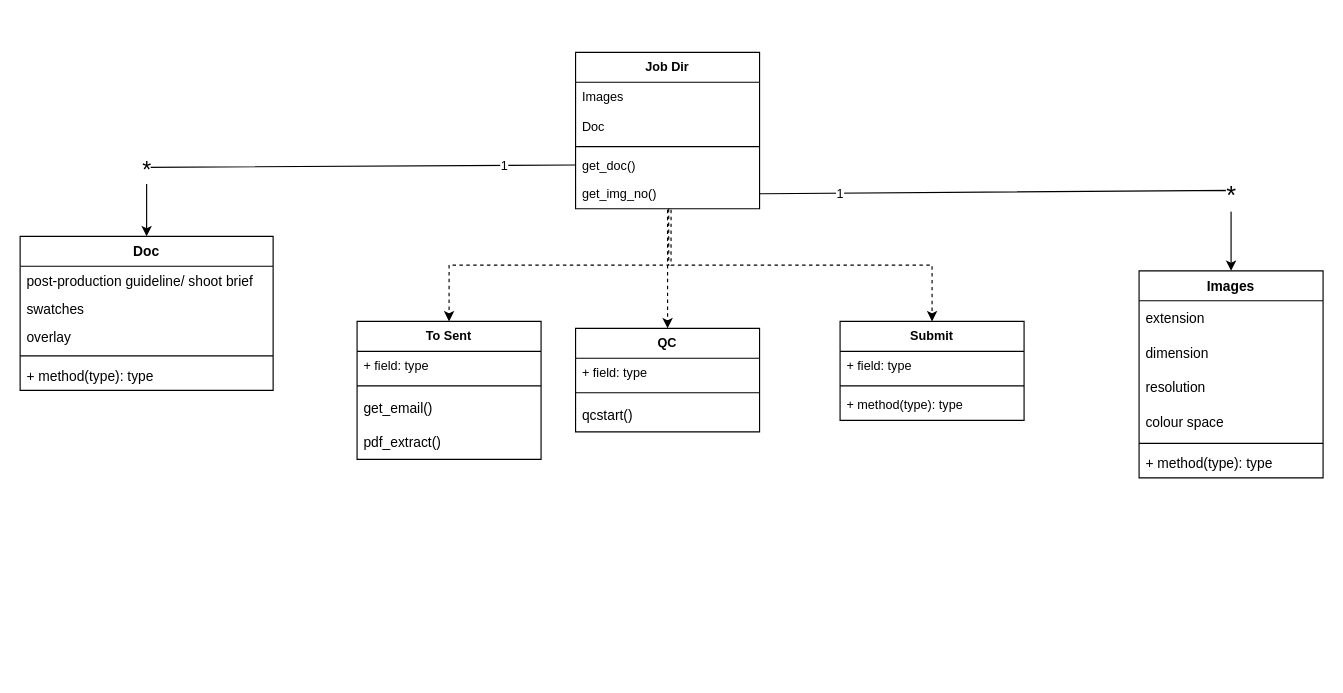
Above: python/IHS Class Diagram.drawio in pugtooone/IHS (draw.io), before the change. Source tidied: cells renumbered, new cells numbered last; positions are measured from the earlier drawing's top-left corner, leaving out a move shared by most shapes. Both pictures are drawn from the tidied source at 115%, with x=0, y=0 at pixel (20, 52).
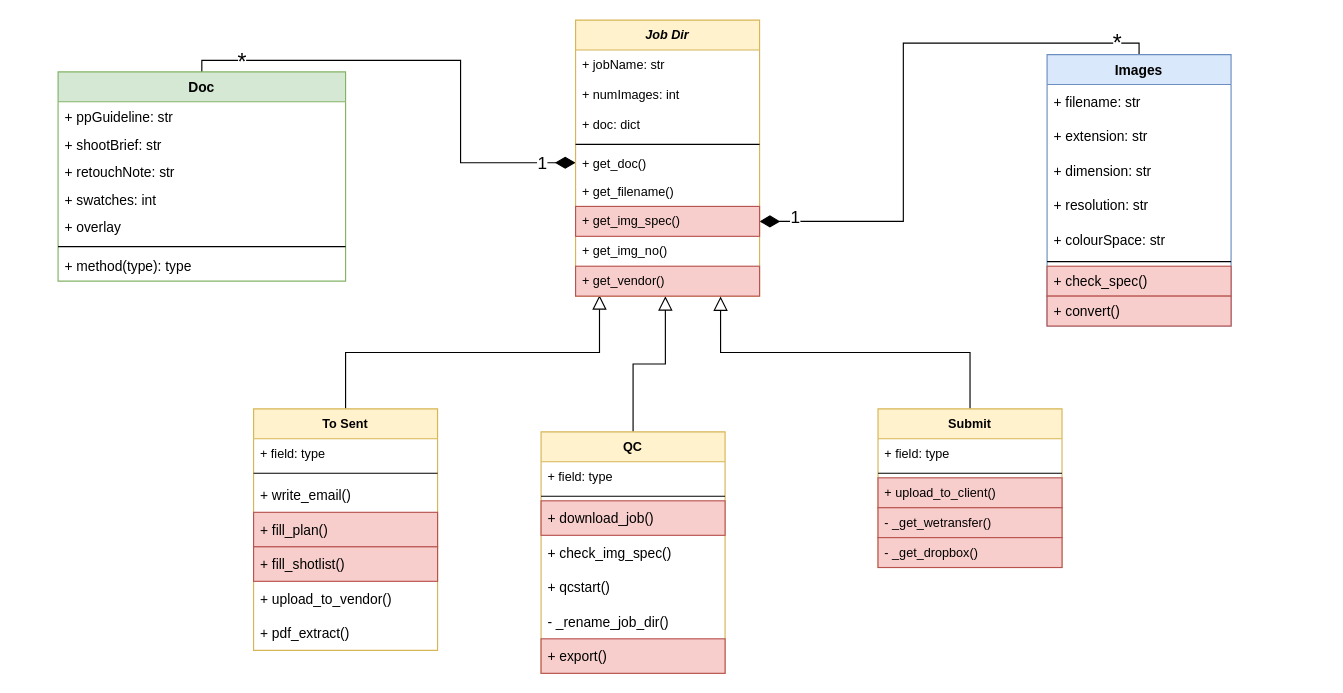
The same page after the edit.

What changed in the source:
```diff
@@
-    <mxCell id="2" style="endArrow=classic;html=1;rounded=0;exitX=0;exitY=0.5;exitDx=0;exitDy=0;entryX=0.5;entryY=0;entryDx=0;entryDy=0;" parent="1" edge="1" source="37" target="8">
-      <mxGeometry relative="1" as="geometry">
-        <Array as="points">
-          <mxPoint x="110" y="100" />
-        </Array>
-      </mxGeometry>
+    <mxCell id="2" style="endArrow=diamondThin;html=1;rounded=0;exitX=0.5;exitY=0;exitDx=0;exitDy=0;entryX=0;entryY=0.5;entryDx=0;entryDy=0;edgeStyle=orthogonalEdgeStyle;endFill=1;endSize=15;" parent="1" edge="1" source="8" target="37">
+      <mxGeometry relative="1" as="geometry" />
     </mxCell>
-    <mxCell id="3" value="&lt;font style=&quot;font-size: 20px;&quot;&gt;*&lt;/font&gt;" style="edgeLabel;html=1;align=center;verticalAlign=middle;" parent="2" vertex="1">
-      <mxGeometry x="0.73" y="-1" relative="1" as="geometry" />
-    </mxCell>
-    <mxCell id="4" value="1" style="edgeLabel;html=1;align=center;verticalAlign=middle;" parent="2" vertex="1">
-      <mxGeometry x="-0.71" relative="1" as="geometry" />
+    <mxCell id="4" value="&lt;font style=&quot;font-size: 20px;&quot;&gt;*&lt;/font&gt;" style="edgeLabel;html=1;align=center;verticalAlign=middle;" parent="2" vertex="1">
+      <mxGeometry x="-0.71" relative="1" as="geometry">
+        <mxPoint x="-17" as="offset" />
+      </mxGeometry>
     </mxCell>
+    <mxCell id="43" value="&lt;font style=&quot;font-size: 15px;&quot;&gt;1&lt;/font&gt;" style="edgeLabel;html=1;align=center;verticalAlign=middle;" parent="2" vertex="1">
+      <mxGeometry x="0.9" y="1" relative="1" as="geometry">
+        <mxPoint x="-9" as="offset" />
+      </mxGeometry>
+    </mxCell>
-    <mxCell id="5" style="endArrow=classic;html=1;rounded=0;entryX=0.5;entryY=0;entryDx=0;entryDy=0;exitX=1;exitY=0.5;exitDx=0;exitDy=0;" parent="1" edge="1" source="38" target="14">
-      <mxGeometry relative="1" as="geometry">
-        <Array as="points">
-          <mxPoint x="1053" y="120" />
-        </Array>
-      </mxGeometry>
+    <mxCell id="5" style="endArrow=diamondThin;html=1;rounded=0;entryX=1;entryY=0.5;entryDx=0;entryDy=0;exitX=0.5;exitY=0;exitDx=0;exitDy=0;edgeStyle=orthogonalEdgeStyle;endFill=1;endSize=15;" parent="1" edge="1" source="14" target="61">
+      <mxGeometry relative="1" as="geometry" />
     </mxCell>
-    <mxCell id="6" value="&lt;font style=&quot;font-size: 22px;&quot;&gt;*&lt;/font&gt;" style="edgeLabel;html=1;align=center;verticalAlign=middle;" parent="5" vertex="1">
-      <mxGeometry x="0.73" y="-1" relative="1" as="geometry" />
-    </mxCell>
-    <mxCell id="7" value="1" style="edgeLabel;html=1;align=center;verticalAlign=middle;" parent="5" vertex="1">
-      <mxGeometry x="-0.71" relative="1" as="geometry" />
+    <mxCell id="7" value="&lt;font style=&quot;font-size: 20px;&quot;&gt;*&lt;/font&gt;" style="edgeLabel;html=1;align=center;verticalAlign=middle;" parent="5" vertex="1">
+      <mxGeometry x="-0.71" relative="1" as="geometry">
+        <mxPoint x="42" y="-2" as="offset" />
+      </mxGeometry>
     </mxCell>
+    <mxCell id="44" value="&lt;font style=&quot;font-size: 15px;&quot;&gt;1&lt;/font&gt;" style="edgeLabel;html=1;align=center;verticalAlign=middle;fontSize=20;" parent="5" vertex="1">
+      <mxGeometry x="0.88" relative="1" as="geometry">
+        <mxPoint y="-7" as="offset" />
+      </mxGeometry>
+    </mxCell>
-    <mxCell id="8" value="Doc" style="swimlane;fontStyle=1;align=center;verticalAlign=top;horizontal=1;startSize=26;" parent="1" vertex="1">
-      <mxGeometry y="160" width="220" height="134" as="geometry" />
+    <mxCell id="8" value="Doc" style="swimlane;fontStyle=1;align=center;verticalAlign=top;horizontal=1;startSize=26;fillColor=#d5e8d4;strokeColor=#82b366;" parent="1" vertex="1">
+      <mxGeometry x="33" y="17" width="250" height="182" as="geometry" />
     </mxCell>
-    <mxCell id="9" value="post-production guideline/ shoot brief    " style="text;strokeColor=none;fillColor=none;align=left;verticalAlign=top;spacingLeft=4;spacingRight=4;overflow=hidden;" parent="8" vertex="1">
-      <mxGeometry y="26" width="220" height="24" as="geometry" />
+    <mxCell id="9" value="+ ppGuideline: str " style="text;strokeColor=none;fillColor=none;align=left;verticalAlign=top;spacingLeft=4;spacingRight=4;overflow=hidden;" parent="8" vertex="1">
+      <mxGeometry y="26" width="250" height="24" as="geometry" />
     </mxCell>
+    <mxCell id="45" value="+ shootBrief: str" style="text;strokeColor=none;fillColor=none;align=left;verticalAlign=top;spacingLeft=4;spacingRight=4;overflow=hidden;" parent="8" vertex="1">
+      <mxGeometry y="50" width="250" height="24" as="geometry" />
+    </mxCell>
+    <mxCell id="46" value="+ retouchNote: str" style="text;strokeColor=none;fillColor=none;align=left;verticalAlign=top;spacingLeft=4;spacingRight=4;overflow=hidden;" parent="8" vertex="1">
+      <mxGeometry y="74" width="250" height="24" as="geometry" />
+    </mxCell>
-    <mxCell id="10" value="swatches" style="text;strokeColor=none;fillColor=none;align=left;verticalAlign=top;spacingLeft=4;spacingRight=4;overflow=hidden;" parent="8" vertex="1">
-      <mxGeometry y="50" width="220" height="24" as="geometry" />
+    <mxCell id="10" value="+ swatches: int" style="text;strokeColor=none;fillColor=none;align=left;verticalAlign=top;spacingLeft=4;spacingRight=4;overflow=hidden;" parent="8" vertex="1">
+      <mxGeometry y="98" width="250" height="24" as="geometry" />
     </mxCell>
-    <mxCell id="11" value="overlay" style="text;strokeColor=none;fillColor=none;align=left;verticalAlign=top;spacingLeft=4;spacingRight=4;overflow=hidden;" parent="8" vertex="1">
-      <mxGeometry y="74" width="220" height="26" as="geometry" />
+    <mxCell id="11" value="+ overlay" style="text;strokeColor=none;fillColor=none;align=left;verticalAlign=top;spacingLeft=4;spacingRight=4;overflow=hidden;" parent="8" vertex="1">
+      <mxGeometry y="122" width="250" height="26" as="geometry" />
     </mxCell>
     <mxCell id="12" style="line;strokeWidth=1;fillColor=none;align=left;verticalAlign=middle;spacingTop=-1;spacingLeft=3;spacingRight=3;labelPosition=right;" parent="8" vertex="1">
-      <mxGeometry y="100" width="220" height="8" as="geometry" />
+      <mxGeometry y="148" width="250" height="8" as="geometry" />
     </mxCell>
     <mxCell id="13" value="+ method(type): type" style="text;strokeColor=none;fillColor=none;align=left;verticalAlign=top;spacingLeft=4;spacingRight=4;overflow=hidden;" parent="8" vertex="1">
-      <mxGeometry y="108" width="220" height="26" as="geometry" />
+      <mxGeometry y="156" width="250" height="26" as="geometry" />
     </mxCell>
-    <mxCell id="14" value="Images" style="swimlane;fontStyle=1;align=center;verticalAlign=top;horizontal=1;startSize=26;" parent="1" vertex="1">
-      <mxGeometry x="973" y="190" width="160" height="180" as="geometry" />
+    <mxCell id="14" value="Images" style="swimlane;fontStyle=1;align=center;verticalAlign=top;horizontal=1;startSize=26;fillColor=#dae8fc;strokeColor=#6c8ebf;" parent="1" vertex="1">
+      <mxGeometry x="893" y="2" width="160" height="236" as="geometry" />
     </mxCell>
+    <mxCell id="47" value="+ filename: str" style="text;strokeColor=none;fillColor=none;align=left;verticalAlign=middle;spacingLeft=4;spacingRight=4;overflow=hidden;" parent="14" vertex="1">
+      <mxGeometry y="26" width="160" height="30" as="geometry" />
+    </mxCell>
-    <mxCell id="15" value="extension" style="text;strokeColor=none;fillColor=none;align=left;verticalAlign=middle;spacingLeft=4;spacingRight=4;overflow=hidden;" parent="14" vertex="1">
-      <mxGeometry y="26" width="160" height="30" as="geometry" />
+    <mxCell id="15" value="+ extension: str" style="text;strokeColor=none;fillColor=none;align=left;verticalAlign=middle;spacingLeft=4;spacingRight=4;overflow=hidden;" parent="14" vertex="1">
+      <mxGeometry y="56" width="160" height="30" as="geometry" />
     </mxCell>
-    <mxCell id="16" value="dimension" style="text;strokeColor=none;fillColor=none;align=left;verticalAlign=middle;spacingLeft=4;spacingRight=4;overflow=hidden;" parent="14" vertex="1">
-      <mxGeometry y="56" width="160" height="30" as="geometry" />
+    <mxCell id="16" value="+ dimension: str" style="text;strokeColor=none;fillColor=none;align=left;verticalAlign=middle;spacingLeft=4;spacingRight=4;overflow=hidden;" parent="14" vertex="1">
+      <mxGeometry y="86" width="160" height="30" as="geometry" />
     </mxCell>
-    <mxCell id="17" value="resolution" style="text;strokeColor=none;fillColor=none;align=left;verticalAlign=middle;spacingLeft=4;spacingRight=4;overflow=hidden;" parent="14" vertex="1">
-      <mxGeometry y="86" width="160" height="30" as="geometry" />
+    <mxCell id="17" value="+ resolution: str" style="text;strokeColor=none;fillColor=none;align=left;verticalAlign=middle;spacingLeft=4;spacingRight=4;overflow=hidden;" parent="14" vertex="1">
+      <mxGeometry y="116" width="160" height="30" as="geometry" />
     </mxCell>
-    <mxCell id="18" value="colour space" style="text;strokeColor=none;fillColor=none;align=left;verticalAlign=middle;spacingLeft=4;spacingRight=4;overflow=hidden;" parent="14" vertex="1">
-      <mxGeometry y="116" width="160" height="30" as="geometry" />
+    <mxCell id="18" value="+ colourSpace: str" style="text;strokeColor=none;fillColor=none;align=left;verticalAlign=middle;spacingLeft=4;spacingRight=4;overflow=hidden;" parent="14" vertex="1">
+      <mxGeometry y="146" width="160" height="30" as="geometry" />
     </mxCell>
     <mxCell id="19" style="line;strokeWidth=1;fillColor=none;align=left;verticalAlign=middle;spacingTop=-1;spacingLeft=3;spacingRight=3;labelPosition=right;" parent="14" vertex="1">
-      <mxGeometry y="146" width="160" height="8" as="geometry" />
+      <mxGeometry y="176" width="160" height="8" as="geometry" />
     </mxCell>
+    <mxCell id="48" value="+ check_spec()" style="text;strokeColor=#b85450;fillColor=#f8cecc;align=left;verticalAlign=top;spacingLeft=4;spacingRight=4;overflow=hidden;" parent="14" vertex="1">
+      <mxGeometry y="184" width="160" height="26" as="geometry" />
+    </mxCell>
-    <mxCell id="20" value="+ method(type): type" style="text;strokeColor=none;fillColor=none;align=left;verticalAlign=top;spacingLeft=4;spacingRight=4;overflow=hidden;" parent="14" vertex="1">
-      <mxGeometry y="154" width="160" height="26" as="geometry" />
+    <mxCell id="20" value="+ convert()" style="text;strokeColor=#b85450;fillColor=#f8cecc;align=left;verticalAlign=top;spacingLeft=4;spacingRight=4;overflow=hidden;" parent="14" vertex="1">
+      <mxGeometry y="210" width="160" height="26" as="geometry" />
     </mxCell>
+    <mxCell id="49" style="edgeStyle=orthogonalEdgeStyle;rounded=0;jettySize=auto;html=1;exitX=0.5;exitY=0;exitDx=0;exitDy=0;entryX=0.488;entryY=1;entryDx=0;entryDy=0;entryPerimeter=0;fontSize=15;endArrow=block;endFill=0;endSize=10;" parent="1" edge="1" source="21" target="38">
+      <mxGeometry relative="1" as="geometry" />
+    </mxCell>
-    <mxCell id="21" value="QC" style="swimlane;fontStyle=1;align=center;verticalAlign=top;horizontal=1;startSize=26;fontSize=11;" parent="1" vertex="1">
-      <mxGeometry x="483" y="240" width="160" height="90" as="geometry" />
+    <mxCell id="21" value="QC" style="swimlane;fontStyle=1;align=center;verticalAlign=top;horizontal=1;startSize=26;fontSize=11;fillColor=#fff2cc;strokeColor=#d6b656;" parent="1" vertex="1">
+      <mxGeometry x="453" y="330" width="160" height="210" as="geometry" />
     </mxCell>
@@
+    <mxCell id="50" value="+ download_job()" style="text;strokeColor=#b85450;fillColor=#f8cecc;align=left;verticalAlign=middle;spacingLeft=4;spacingRight=4;overflow=hidden;" parent="21" vertex="1">
+      <mxGeometry y="60" width="160" height="30" as="geometry" />
+    </mxCell>
+    <mxCell id="51" value="+ check_img_spec()" style="text;strokeColor=none;fillColor=none;align=left;verticalAlign=middle;spacingLeft=4;spacingRight=4;overflow=hidden;" parent="21" vertex="1">
+      <mxGeometry y="90" width="160" height="30" as="geometry" />
+    </mxCell>
-    <mxCell id="24" value="qcstart()" style="text;strokeColor=none;fillColor=none;align=left;verticalAlign=middle;spacingLeft=4;spacingRight=4;overflow=hidden;" parent="21" vertex="1">
-      <mxGeometry y="60" width="160" height="30" as="geometry" />
+    <mxCell id="24" value="+ qcstart()" style="text;strokeColor=none;fillColor=none;align=left;verticalAlign=middle;spacingLeft=4;spacingRight=4;overflow=hidden;" parent="21" vertex="1">
+      <mxGeometry y="120" width="160" height="30" as="geometry" />
     </mxCell>
+    <mxCell id="52" value="- _rename_job_dir()" style="text;strokeColor=none;fillColor=none;align=left;verticalAlign=middle;spacingLeft=4;spacingRight=4;overflow=hidden;" parent="21" vertex="1">
+      <mxGeometry y="150" width="160" height="30" as="geometry" />
+    </mxCell>
+    <mxCell id="53" value="+ export()" style="text;strokeColor=#b85450;fillColor=#f8cecc;align=left;verticalAlign=middle;spacingLeft=4;spacingRight=4;overflow=hidden;" parent="21" vertex="1">
+      <mxGeometry y="180" width="160" height="30" as="geometry" />
+    </mxCell>
+    <mxCell id="54" style="edgeStyle=orthogonalEdgeStyle;rounded=0;jettySize=auto;html=1;exitX=0.5;exitY=0;exitDx=0;exitDy=0;entryX=0.13;entryY=0.97;entryDx=0;entryDy=0;entryPerimeter=0;fontSize=15;endArrow=block;endFill=0;endSize=10;" parent="1" edge="1" source="25" target="38">
+      <mxGeometry relative="1" as="geometry" />
+    </mxCell>
-    <mxCell id="25" value="To Sent" style="swimlane;fontStyle=1;align=center;verticalAlign=top;horizontal=1;startSize=26;fontSize=11;" parent="1" vertex="1">
-      <mxGeometry x="293" y="234" width="160" height="120" as="geometry" />
+    <mxCell id="25" value="To Sent" style="swimlane;fontStyle=1;align=center;verticalAlign=top;horizontal=1;startSize=26;fontSize=11;fillColor=#fff2cc;strokeColor=#d6b656;" parent="1" vertex="1">
+      <mxGeometry x="203" y="310" width="160" height="210" as="geometry" />
     </mxCell>
@@
-    <mxCell id="28" value="get_email()" style="text;strokeColor=none;fillColor=none;align=left;verticalAlign=middle;spacingLeft=4;spacingRight=4;overflow=hidden;" parent="25" vertex="1">
-      <mxGeometry y="60" width="160" height="30" as="geometry" />
-    </mxCell>
-    <mxCell id="29" value="pdf_extract()" style="text;strokeColor=none;fillColor=none;align=left;verticalAlign=middle;spacingLeft=4;spacingRight=4;overflow=hidden;" parent="25" vertex="1">
-      <mxGeometry y="90" width="160" height="30" as="geometry" />
+    <mxCell id="29" value="+ write_email()" style="text;strokeColor=none;fillColor=none;align=left;verticalAlign=middle;spacingLeft=4;spacingRight=4;overflow=hidden;" parent="25" vertex="1">
+      <mxGeometry y="60" width="160" height="30" as="geometry" />
     </mxCell>
-    <mxCell id="30" style="edgeStyle=orthogonalEdgeStyle;rounded=0;jettySize=auto;html=1;exitX=0.506;exitY=1;exitDx=0;exitDy=0;entryX=0.5;entryY=0;entryDx=0;entryDy=0;fontSize=11;exitPerimeter=0;dashed=1;" parent="1" edge="1" source="38" target="25">
-      <mxGeometry relative="1" as="geometry" />
-    </mxCell>
-    <mxCell id="31" style="edgeStyle=orthogonalEdgeStyle;rounded=0;jettySize=auto;html=1;exitX=0.5;exitY=1.038;exitDx=0;exitDy=0;entryX=0.5;entryY=0;entryDx=0;entryDy=0;dashed=1;fontSize=11;exitPerimeter=0;" parent="1" edge="1" source="38" target="21">
-      <mxGeometry relative="1" as="geometry" />
-    </mxCell>
-    <mxCell id="32" style="edgeStyle=orthogonalEdgeStyle;rounded=0;jettySize=auto;html=1;exitX=0.519;exitY=1.038;exitDx=0;exitDy=0;entryX=0.5;entryY=0;entryDx=0;entryDy=0;dashed=1;fontSize=11;exitPerimeter=0;" parent="1" edge="1" source="38" target="39">
-      <mxGeometry relative="1" as="geometry" />
-    </mxCell>
+    <mxCell id="55" value="+ fill_plan()" style="text;strokeColor=#b85450;fillColor=#f8cecc;align=left;verticalAlign=middle;spacingLeft=4;spacingRight=4;overflow=hidden;" parent="25" vertex="1">
+      <mxGeometry y="90" width="160" height="30" as="geometry" />
+    </mxCell>
+    <mxCell id="56" value="+ fill_shotlist()" style="text;strokeColor=#b85450;fillColor=#f8cecc;align=left;verticalAlign=middle;spacingLeft=4;spacingRight=4;overflow=hidden;" parent="25" vertex="1">
+      <mxGeometry y="120" width="160" height="30" as="geometry" />
+    </mxCell>
+    <mxCell id="57" value="+ upload_to_vendor()" style="text;strokeColor=none;fillColor=none;align=left;verticalAlign=middle;spacingLeft=4;spacingRight=4;overflow=hidden;" parent="25" vertex="1">
+      <mxGeometry y="150" width="160" height="30" as="geometry" />
+    </mxCell>
+    <mxCell id="58" value="+ pdf_extract()" style="text;strokeColor=none;fillColor=none;align=left;verticalAlign=middle;spacingLeft=4;spacingRight=4;overflow=hidden;" parent="25" vertex="1">
+      <mxGeometry y="180" width="160" height="30" as="geometry" />
+    </mxCell>
-    <mxCell id="33" value="Job Dir" style="swimlane;fontStyle=1;align=center;verticalAlign=top;horizontal=1;startSize=26;fontSize=11;" parent="1" vertex="1">
-      <mxGeometry x="483" width="160" height="136" as="geometry" />
+    <mxCell id="33" value="Job Dir" style="swimlane;fontStyle=3;align=center;verticalAlign=top;horizontal=1;startSize=26;fontSize=11;fillColor=#fff2cc;strokeColor=#d6b656;" parent="1" vertex="1">
+      <mxGeometry x="483" y="-28" width="160" height="240" as="geometry" />
     </mxCell>
+    <mxCell id="59" value="+ jobName: str" style="text;strokeColor=none;fillColor=none;align=left;verticalAlign=top;spacingLeft=4;spacingRight=4;overflow=hidden;fontSize=11;" parent="33" vertex="1">
+      <mxGeometry y="26" width="160" height="26" as="geometry" />
+    </mxCell>
-    <mxCell id="34" value="Images" style="text;strokeColor=none;fillColor=none;align=left;verticalAlign=top;spacingLeft=4;spacingRight=4;overflow=hidden;fontSize=11;" parent="33" vertex="1">
-      <mxGeometry y="26" width="160" height="26" as="geometry" />
+    <mxCell id="34" value="+ numImages: int" style="text;strokeColor=none;fillColor=none;align=left;verticalAlign=top;spacingLeft=4;spacingRight=4;overflow=hidden;fontSize=11;" parent="33" vertex="1">
+      <mxGeometry y="52" width="160" height="26" as="geometry" />
     </mxCell>
-    <mxCell id="35" value="Doc" style="text;strokeColor=none;fillColor=none;align=left;verticalAlign=top;spacingLeft=4;spacingRight=4;overflow=hidden;fontSize=11;" parent="33" vertex="1">
-      <mxGeometry y="52" width="160" height="26" as="geometry" />
+    <mxCell id="35" value="+ doc: dict" style="text;strokeColor=none;fillColor=none;align=left;verticalAlign=top;spacingLeft=4;spacingRight=4;overflow=hidden;fontSize=11;" parent="33" vertex="1">
+      <mxGeometry y="78" width="160" height="26" as="geometry" />
     </mxCell>
     <mxCell id="36" style="line;strokeWidth=1;fillColor=none;align=left;verticalAlign=middle;spacingTop=-1;spacingLeft=3;spacingRight=3;labelPosition=right;fontSize=11;" parent="33" vertex="1">
-      <mxGeometry y="78" width="160" height="8" as="geometry" />
+      <mxGeometry y="104" width="160" height="8" as="geometry" />
     </mxCell>
-    <mxCell id="37" value="get_doc()" style="text;strokeColor=none;fillColor=none;align=left;verticalAlign=top;spacingLeft=4;spacingRight=4;overflow=hidden;points=[[0,0.5],[1,0.5]];portConstraint=eastwest;fontSize=11;" parent="33" vertex="1">
-      <mxGeometry y="86" width="160" height="24" as="geometry" />
+    <mxCell id="37" value="+ get_doc()" style="text;strokeColor=none;fillColor=none;align=left;verticalAlign=top;spacingLeft=4;spacingRight=4;overflow=hidden;points=[[0,0.5],[1,0.5]];portConstraint=eastwest;fontSize=11;" parent="33" vertex="1">
+      <mxGeometry y="112" width="160" height="24" as="geometry" />
     </mxCell>
+    <mxCell id="60" value="+ get_filename()" style="text;strokeColor=none;fillColor=none;align=left;verticalAlign=top;spacingLeft=4;spacingRight=4;overflow=hidden;fontSize=11;" parent="33" vertex="1">
+      <mxGeometry y="136" width="160" height="26" as="geometry" />
+    </mxCell>
+    <mxCell id="61" value="+ get_img_spec()" style="text;strokeColor=#b85450;fillColor=#f8cecc;align=left;verticalAlign=top;spacingLeft=4;spacingRight=4;overflow=hidden;points=[[0,0.5],[1,0.5]];portConstraint=eastwest;fontSize=11;" parent="33" vertex="1">
+      <mxGeometry y="162" width="160" height="26" as="geometry" />
+    </mxCell>
+    <mxCell id="62" value="+ get_img_no()" style="text;strokeColor=none;fillColor=none;align=left;verticalAlign=top;spacingLeft=4;spacingRight=4;overflow=hidden;fontSize=11;" parent="33" vertex="1">
+      <mxGeometry y="188" width="160" height="26" as="geometry" />
+    </mxCell>
-    <mxCell id="38" value="get_img_no()" style="text;strokeColor=none;fillColor=none;align=left;verticalAlign=top;spacingLeft=4;spacingRight=4;overflow=hidden;points=[[0,0.5],[1,0.5]];portConstraint=eastwest;fontSize=11;" parent="33" vertex="1">
-      <mxGeometry y="110" width="160" height="26" as="geometry" />
+    <mxCell id="38" value="+ get_vendor()" style="text;strokeColor=#b85450;fillColor=#f8cecc;align=left;verticalAlign=top;spacingLeft=4;spacingRight=4;overflow=hidden;points=[[0,0.5],[1,0.5]];portConstraint=eastwest;fontSize=11;" parent="33" vertex="1">
+      <mxGeometry y="214" width="160" height="26" as="geometry" />
     </mxCell>
+    <mxCell id="63" style="edgeStyle=orthogonalEdgeStyle;rounded=0;jettySize=auto;html=1;exitX=0.5;exitY=0;exitDx=0;exitDy=0;entryX=0.788;entryY=1.01;entryDx=0;entryDy=0;entryPerimeter=0;fontSize=15;endArrow=block;endFill=0;endSize=10;" parent="1" edge="1" source="39" target="38">
+      <mxGeometry relative="1" as="geometry" />
+    </mxCell>
-    <mxCell id="39" value="Submit" style="swimlane;fontStyle=1;align=center;verticalAlign=top;horizontal=1;startSize=26;fontSize=11;" parent="1" vertex="1">
-      <mxGeometry x="713" y="234" width="160" height="86" as="geometry" />
+    <mxCell id="39" value="Submit" style="swimlane;fontStyle=1;align=center;verticalAlign=top;horizontal=1;startSize=26;fontSize=11;fillColor=#fff2cc;strokeColor=#d6b656;" parent="1" vertex="1">
+      <mxGeometry x="746" y="310" width="160" height="138" as="geometry" />
     </mxCell>
@@
+    <mxCell id="64" value="+ upload_to_client()" style="text;strokeColor=#b85450;fillColor=#f8cecc;align=left;verticalAlign=top;spacingLeft=4;spacingRight=4;overflow=hidden;fontSize=11;" parent="39" vertex="1">
+      <mxGeometry y="60" width="160" height="26" as="geometry" />
+    </mxCell>
-    <mxCell id="42" value="+ method(type): type" style="text;strokeColor=none;fillColor=none;align=left;verticalAlign=top;spacingLeft=4;spacingRight=4;overflow=hidden;fontSize=11;" parent="39" vertex="1">
-      <mxGeometry y="60" width="160" height="26" as="geometry" />
+    <mxCell id="42" value="- _get_wetransfer()" style="text;strokeColor=#b85450;fillColor=#f8cecc;align=left;verticalAlign=top;spacingLeft=4;spacingRight=4;overflow=hidden;fontSize=11;" parent="39" vertex="1">
+      <mxGeometry y="86" width="160" height="26" as="geometry" />
     </mxCell>
+    <mxCell id="65" value="- _get_dropbox()" style="text;strokeColor=#b85450;fillColor=#f8cecc;align=left;verticalAlign=top;spacingLeft=4;spacingRight=4;overflow=hidden;fontSize=11;" parent="39" vertex="1">
+      <mxGeometry y="112" width="160" height="26" as="geometry" />
+    </mxCell>
```
